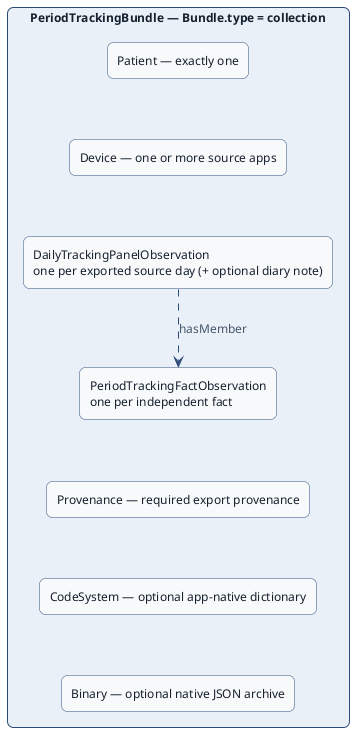
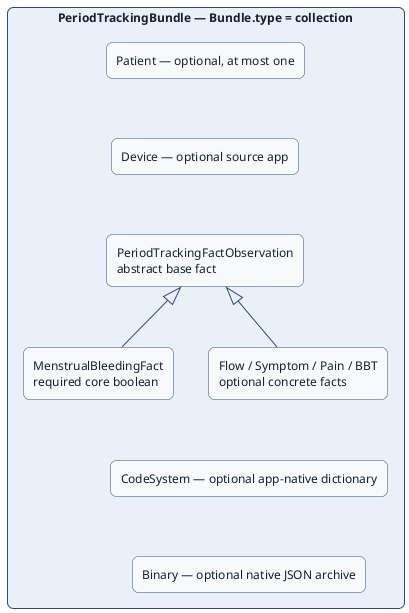
@startuml
skinparam shadowing false
skinparam defaultFontName Helvetica
skinparam defaultFontSize 12
skinparam ArrowColor #2B4A7A
skinparam ArrowFontColor #46566A
skinparam rectangle {
  BackgroundColor #F7F9FB
  BorderColor #2B4A7A
  FontColor #15202E
  roundCorner 12
}
rectangle "**PeriodTrackingBundle** — Bundle.type = collection" as Bundle #EAF0F7 {
-   rectangle "Patient — exactly one" as Pat
-   rectangle "Device — one or more source apps" as Dev
-   rectangle "DailyTrackingPanelObservation\none per exported source day (+ optional diary note)" as Panel
-   rectangle "PeriodTrackingFactObservation\none per independent fact" as Fact
-   rectangle "Provenance — required export provenance" as Prov
+   rectangle "Patient — optional, at most one" as Pat
+   rectangle "Device — optional source app" as Dev
+   rectangle "PeriodTrackingFactObservation\nabstract base fact" as Fact
+   rectangle "MenstrualBleedingFact\nrequired core boolean" as Bleed
+   rectangle "Flow / Symptom / Pain / BBT\noptional concrete facts" as Layers
  rectangle "CodeSystem — optional app-native dictionary" as CS
  rectangle "Binary — optional native JSON archive" as Bin
  Pat -[hidden]down- Dev
-   Dev -[hidden]down- Panel
-   Panel ..> Fact : hasMember
-   Fact -[hidden]down- Prov
-   Prov -[hidden]down- CS
+   Dev -[hidden]down- Fact
+   Fact <|-- Bleed
+   Fact <|-- Layers
+   Layers -[hidden]down- CS
  CS -[hidden]down- Bin
}
@enduml
